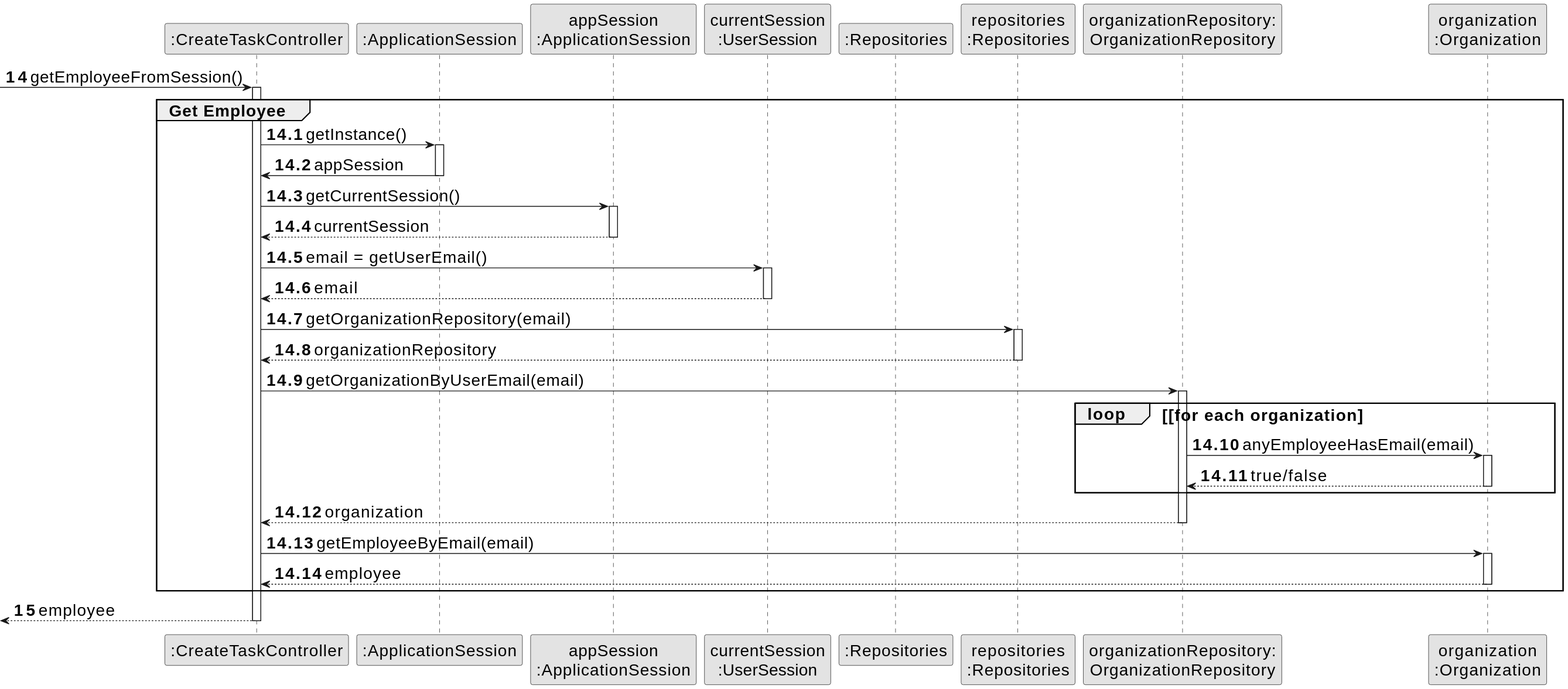
Earlier version of the PlantUML export docs/Sprint-C/US012/03.design/svg/us006-sequence-diagram-partial-get-employee.svg (Rodrick0209/ISEP-LAPR2-22-23). Source of this version:
```plantuml
@startuml
skinparamlocked defaultFontSize 20
skinparam monochrome true
skinparam packageStyle rectangle
skinparam shadowing false



participant ":CreateTaskController" as CTRL
participant ":ApplicationSession" as _APP
participant "appSession\n:ApplicationSession" as APP
participant "currentSession\n:UserSession" as SESSAO
participant ":Repositories" as RepositorySingleton
participant "repositories\n:Repositories" as PLAT
participant "organizationRepository:\nOrganizationRepository" as OrganizationRepository
participant "organization\n:Organization" as ORG

autonumber 14
-> CTRL : getEmployeeFromSession()
autonumber 14.1
activate CTRL

    group Get Employee
        CTRL -> _APP: getInstance()
        activate _APP
            _APP -> CTRL: appSession
        deactivate _APP

        CTRL -> APP: getCurrentSession()
        activate APP

            APP --> CTRL: currentSession
        deactivate APP

        CTRL -> SESSAO: email = getUserEmail()
        activate SESSAO

            SESSAO --> CTRL: email
        deactivate SESSAO

        CTRL -> PLAT: getOrganizationRepository(email)
        activate PLAT

            PLAT --> CTRL: organizationRepository
        deactivate PLAT

        CTRL -> OrganizationRepository: getOrganizationByUserEmail(email)
        activate OrganizationRepository

            loop [for each organization
                OrganizationRepository -> ORG : anyEmployeeHasEmail(email)
                activate ORG

                     ORG --> OrganizationRepository : true/false
                deactivate ORG
            end

            OrganizationRepository --> CTRL : organization

        deactivate OrganizationRepository

        CTRL -> ORG: getEmployeeByEmail(email)
        activate ORG

            ORG --> CTRL : employee
        deactivate ORG
    end
    autonumber 15
    <-- CTRL : employee
deactivate CTRL
@enduml
```
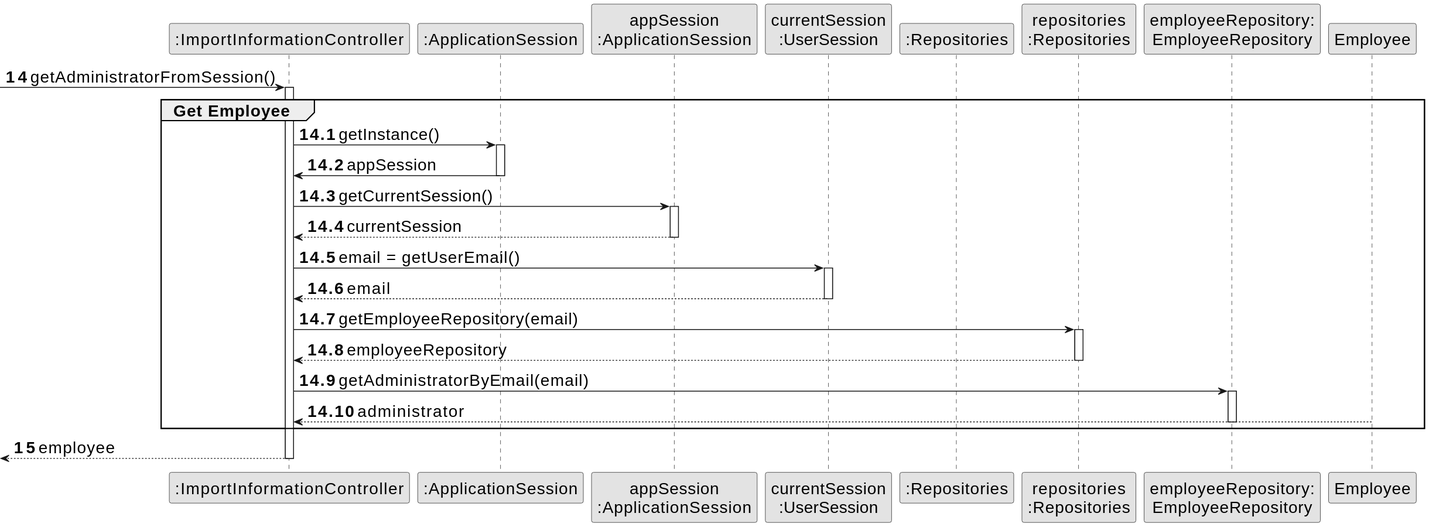
Later version of the same file.

Change to the diagram source:
```diff
@@ -6,17 +6,16 @@
 
 
 
-participant ":CreateTaskController" as CTRL
+participant ":ImportInformationController" as CTRL
 participant ":ApplicationSession" as _APP
 participant "appSession\n:ApplicationSession" as APP
 participant "currentSession\n:UserSession" as SESSAO
 participant ":Repositories" as RepositorySingleton
 participant "repositories\n:Repositories" as PLAT
-participant "organizationRepository:\nOrganizationRepository" as OrganizationRepository
-participant "organization\n:Organization" as ORG
+participant "employeeRepository:\nEmployeeRepository" as EmployeeRepository
 
 autonumber 14
--> CTRL : getEmployeeFromSession()
+-> CTRL : getAdministratorFromSession()
 autonumber 14.1
 activate CTRL
 
@@ -38,32 +37,17 @@
             SESSAO --> CTRL: email
         deactivate SESSAO
 
-        CTRL -> PLAT: getOrganizationRepository(email)
+        CTRL -> PLAT: getEmployeeRepository(email)
         activate PLAT
 
-            PLAT --> CTRL: organizationRepository
+            PLAT --> CTRL: employeeRepository
         deactivate PLAT
 
-        CTRL -> OrganizationRepository: getOrganizationByUserEmail(email)
-        activate OrganizationRepository
+        CTRL -> EmployeeRepository: getAdministratorByEmail(email)
+        activate EmployeeRepository
 
-            loop [for each organization
-                OrganizationRepository -> ORG : anyEmployeeHasEmail(email)
-                activate ORG
-
-                     ORG --> OrganizationRepository : true/false
-                deactivate ORG
-            end
-
-            OrganizationRepository --> CTRL : organization
-
-        deactivate OrganizationRepository
-
-        CTRL -> ORG: getEmployeeByEmail(email)
-        activate ORG
-
-            ORG --> CTRL : employee
-        deactivate ORG
+            Employee --> CTRL : administrator
+        deactivate EmployeeRepository
     end
     autonumber 15
     <-- CTRL : employee
```
